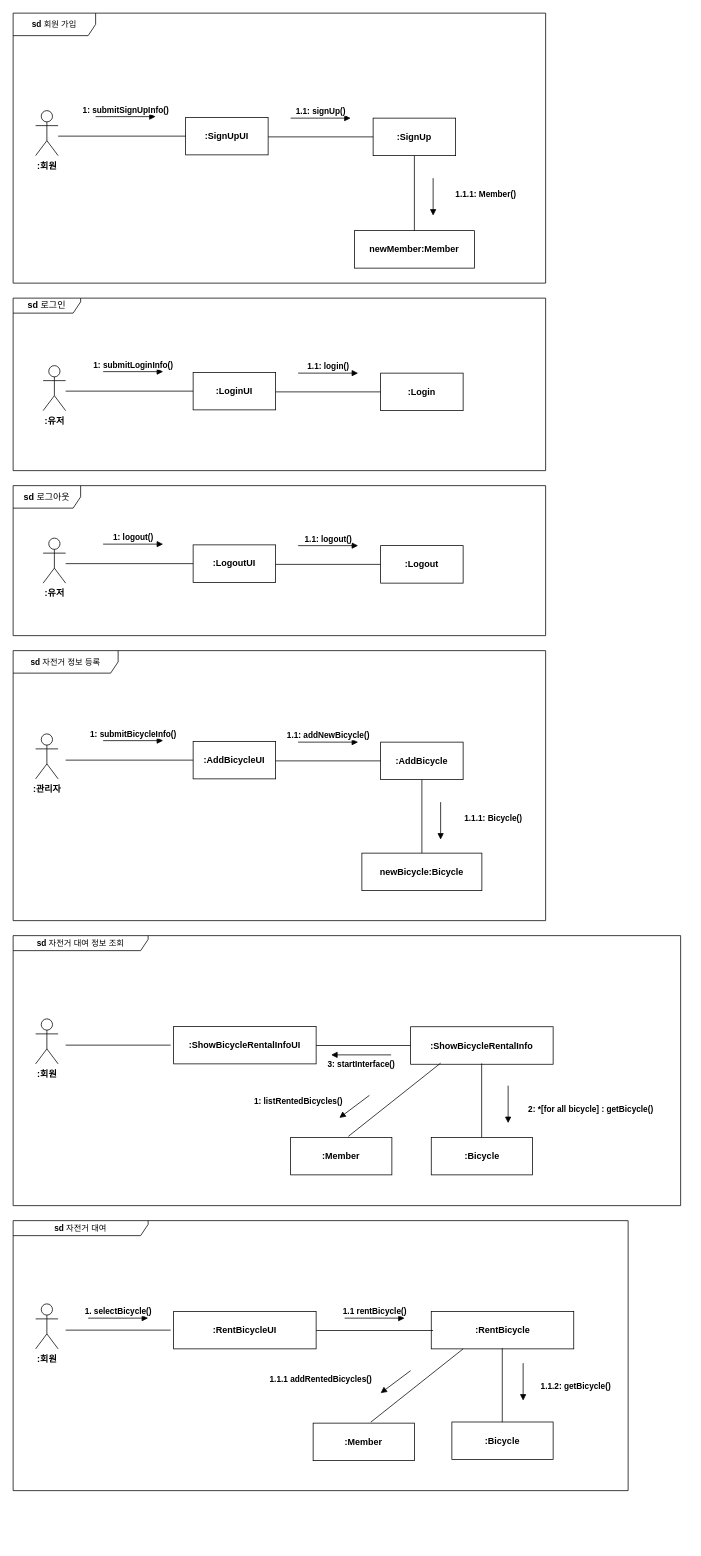
Earlier version of the draw.io diagram HW2-1/communication diagram.drawio (hoyun06/2025-hongik-se-hw-2). Source tidied: cells renumbered, new cells numbered last; positions are measured from the earlier drawing's top-left corner, leaving out a move shared by most shapes. Both pictures are drawn from the tidied source at 75%, with x=0, y=0 at pixel (13, 13).
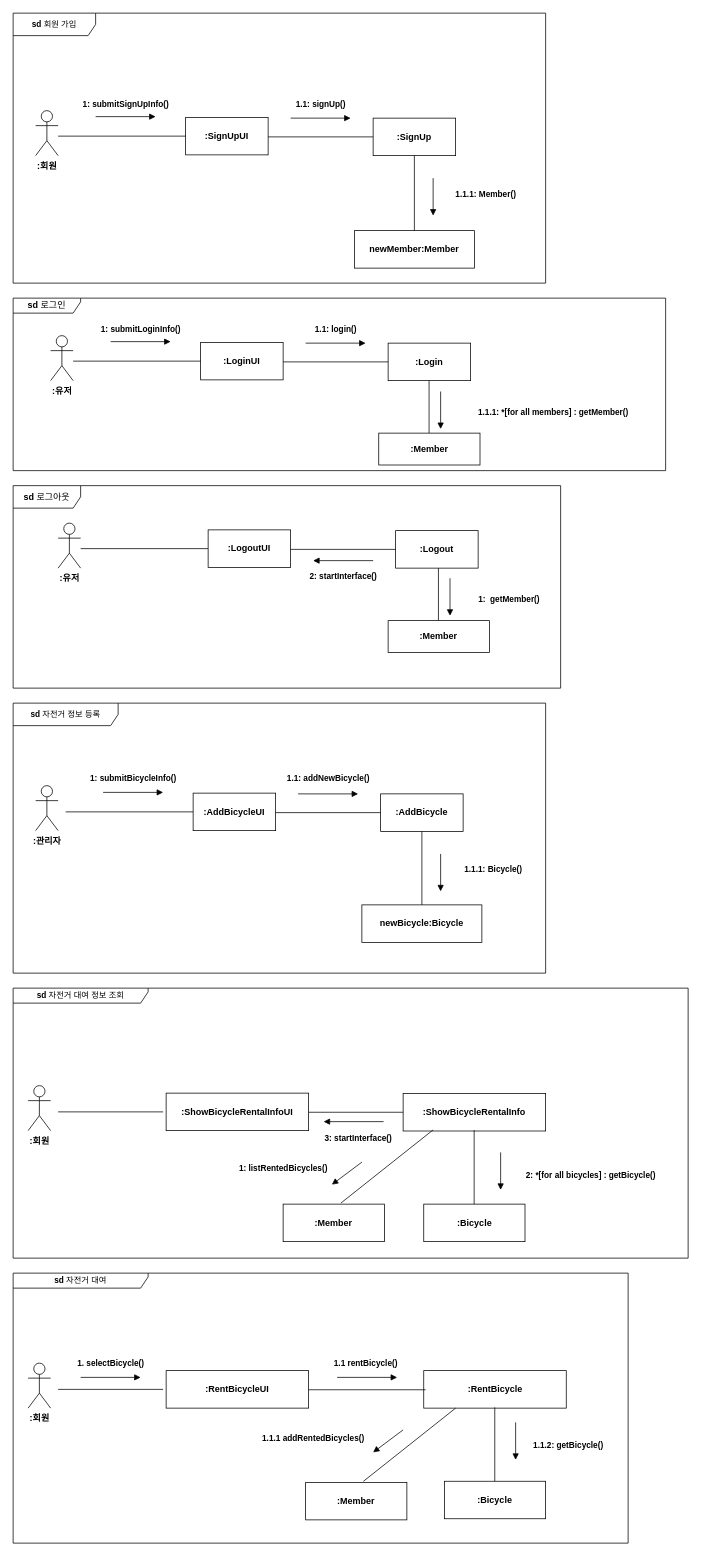
The same diagram, later.

Commit message:
[HW2-1] communication diagram 수정

The edit, as a diff of the source:
```diff
@@
     <mxCell id="8" value="&lt;b&gt;1: submitSignUpInfo()&lt;/b&gt;" style="html=1;verticalAlign=bottom;endArrow=block;curved=0;rounded=0;" parent="1" edge="1">
-      <mxGeometry relative="1" as="geometry">
+      <mxGeometry y="8" relative="1" as="geometry">
         <mxPoint x="110" y="138" as="sourcePoint" />
         <mxPoint x="190" y="138" as="targetPoint" />
       </mxGeometry>
     </mxCell>
     <mxCell id="9" value="&lt;b&gt;1.1: signUp()&lt;/b&gt;" style="html=1;verticalAlign=bottom;endArrow=block;curved=0;rounded=0;" parent="1" edge="1">
-      <mxGeometry relative="1" as="geometry">
+      <mxGeometry y="10" relative="1" as="geometry">
         <mxPoint x="370" y="140" as="sourcePoint" />
         <mxPoint x="450" y="140" as="targetPoint" />
       </mxGeometry>
     </mxCell>
@@
     <mxCell id="13" value="&lt;b&gt;sd&lt;/b&gt; 로그인" style="shape=umlFrame;whiteSpace=wrap;html=1;width=90;height=20;" parent="1" vertex="1">
-      <mxGeometry y="380" width="710" height="230" as="geometry" />
+      <mxGeometry y="380" width="870" height="230" as="geometry" />
     </mxCell>
     <mxCell id="14" value="&lt;b&gt;:Login&lt;/b&gt;" style="html=1;whiteSpace=wrap;" parent="1" vertex="1">
-      <mxGeometry x="490" y="480" width="110" height="50" as="geometry" />
+      <mxGeometry x="500" y="440" width="110" height="50" as="geometry" />
     </mxCell>
     <mxCell id="15" value="&lt;b&gt;:LoginUI&lt;/b&gt;" style="html=1;whiteSpace=wrap;" parent="1" vertex="1">
-      <mxGeometry x="240" y="479" width="110" height="50" as="geometry" />
+      <mxGeometry x="250" y="439" width="110" height="50" as="geometry" />
     </mxCell>
     <mxCell id="16" value="&lt;b&gt;:유저&lt;/b&gt;" style="shape=umlActor;verticalLabelPosition=bottom;verticalAlign=top;html=1;" parent="1" vertex="1">
-      <mxGeometry x="40" y="470" width="30" height="60" as="geometry" />
+      <mxGeometry x="50" y="430" width="30" height="60" as="geometry" />
     </mxCell>
     <mxCell id="17" style="line;strokeWidth=1;fillColor=none;align=left;verticalAlign=middle;spacingTop=-1;spacingLeft=3;spacingRight=3;labelPosition=right;strokeColor=inherit;" parent="1" vertex="1">
-      <mxGeometry x="70" y="500" width="170" height="8" as="geometry" />
+      <mxGeometry x="80" y="460" width="170" height="8" as="geometry" />
     </mxCell>
     <mxCell id="18" style="line;strokeWidth=1;fillColor=none;align=left;verticalAlign=middle;spacingTop=-1;spacingLeft=3;spacingRight=3;labelPosition=right;strokeColor=inherit;" parent="1" vertex="1">
-      <mxGeometry x="350" y="501" width="140" height="8" as="geometry" />
+      <mxGeometry x="360" y="461" width="140" height="8" as="geometry" />
     </mxCell>
     <mxCell id="19" value="&lt;b&gt;1: submitLoginInfo()&lt;/b&gt;" style="html=1;verticalAlign=bottom;endArrow=block;curved=0;rounded=0;" parent="1" edge="1">
-      <mxGeometry relative="1" as="geometry">
-        <mxPoint x="120" y="478" as="sourcePoint" />
-        <mxPoint x="200" y="478" as="targetPoint" />
+      <mxGeometry y="8" relative="1" as="geometry">
+        <mxPoint x="130" y="438" as="sourcePoint" />
+        <mxPoint x="210" y="438" as="targetPoint" />
       </mxGeometry>
     </mxCell>
     <mxCell id="20" value="&lt;b&gt;1.1: login()&lt;/b&gt;" style="html=1;verticalAlign=bottom;endArrow=block;curved=0;rounded=0;" parent="1" edge="1">
-      <mxGeometry relative="1" as="geometry">
-        <mxPoint x="380" y="480" as="sourcePoint" />
-        <mxPoint x="460" y="480" as="targetPoint" />
+      <mxGeometry y="10" relative="1" as="geometry">
+        <mxPoint x="390" y="440" as="sourcePoint" />
+        <mxPoint x="470" y="440" as="targetPoint" />
       </mxGeometry>
     </mxCell>
     <mxCell id="21" value="&lt;b&gt;:Logout&lt;/b&gt;" style="html=1;whiteSpace=wrap;" parent="1" vertex="1">
-      <mxGeometry x="490" y="710" width="110" height="50" as="geometry" />
+      <mxGeometry x="510" y="690" width="110" height="50" as="geometry" />
     </mxCell>
     <mxCell id="22" value="&lt;b&gt;:LogoutUI&lt;/b&gt;" style="html=1;whiteSpace=wrap;" parent="1" vertex="1">
-      <mxGeometry x="240" y="709" width="110" height="50" as="geometry" />
+      <mxGeometry x="260" y="689" width="110" height="50" as="geometry" />
     </mxCell>
     <mxCell id="23" value="&lt;b&gt;:유저&lt;/b&gt;" style="shape=umlActor;verticalLabelPosition=bottom;verticalAlign=top;html=1;" parent="1" vertex="1">
-      <mxGeometry x="40" y="700" width="30" height="60" as="geometry" />
+      <mxGeometry x="60" y="680" width="30" height="60" as="geometry" />
     </mxCell>
     <mxCell id="24" style="line;strokeWidth=1;fillColor=none;align=left;verticalAlign=middle;spacingTop=-1;spacingLeft=3;spacingRight=3;labelPosition=right;strokeColor=inherit;" parent="1" vertex="1">
-      <mxGeometry x="70" y="730" width="170" height="8" as="geometry" />
+      <mxGeometry x="90" y="710" width="170" height="8" as="geometry" />
     </mxCell>
     <mxCell id="25" style="line;strokeWidth=1;fillColor=none;align=left;verticalAlign=middle;spacingTop=-1;spacingLeft=3;spacingRight=3;labelPosition=right;strokeColor=inherit;" parent="1" vertex="1">
-      <mxGeometry x="350" y="731" width="140" height="8" as="geometry" />
+      <mxGeometry x="370" y="711" width="140" height="8" as="geometry" />
     </mxCell>
-    <mxCell id="26" value="&lt;b&gt;1: logout()&lt;/b&gt;" style="html=1;verticalAlign=bottom;endArrow=block;curved=0;rounded=0;" parent="1" edge="1">
-      <mxGeometry relative="1" as="geometry">
-        <mxPoint x="120" y="708" as="sourcePoint" />
-        <mxPoint x="200" y="708" as="targetPoint" />
-      </mxGeometry>
-    </mxCell>
-    <mxCell id="27" value="&lt;b&gt;1.1: logout()&lt;/b&gt;" style="html=1;verticalAlign=bottom;endArrow=block;curved=0;rounded=0;" parent="1" edge="1">
-      <mxGeometry relative="1" as="geometry">
-        <mxPoint x="380" y="710" as="sourcePoint" />
-        <mxPoint x="460" y="710" as="targetPoint" />
-      </mxGeometry>
-    </mxCell>
     <mxCell id="28" value="&lt;b&gt;sd &lt;/b&gt;로그아웃" style="shape=umlFrame;whiteSpace=wrap;html=1;width=90;height=30;" parent="1" vertex="1">
-      <mxGeometry y="630" width="710" height="200" as="geometry" />
+      <mxGeometry y="630" width="730" height="270" as="geometry" />
     </mxCell>
     <mxCell id="29" value="&lt;font style=&quot;font-size: 11px;&quot;&gt;&lt;b&gt;sd &lt;/b&gt;&lt;font style=&quot;&quot;&gt;자전거 정보 등록&lt;/font&gt;&lt;/font&gt;" style="shape=umlFrame;whiteSpace=wrap;html=1;width=140;height=30;" parent="1" vertex="1">
-      <mxGeometry y="850" width="710" height="360" as="geometry" />
+      <mxGeometry y="920" width="710" height="360" as="geometry" />
     </mxCell>
     <mxCell id="30" value="&lt;b&gt;:AddBicycle&lt;/b&gt;" style="html=1;whiteSpace=wrap;" parent="1" vertex="1">
-      <mxGeometry x="490" y="972" width="110" height="50" as="geometry" />
+      <mxGeometry x="490" y="1041" width="110" height="50" as="geometry" />
     </mxCell>
     <mxCell id="31" value="&lt;b&gt;:AddBicycleUI&lt;/b&gt;" style="html=1;whiteSpace=wrap;" parent="1" vertex="1">
-      <mxGeometry x="240" y="971" width="110" height="50" as="geometry" />
+      <mxGeometry x="240" y="1040" width="110" height="50" as="geometry" />
     </mxCell>
     <mxCell id="32" style="line;strokeWidth=1;fillColor=none;align=left;verticalAlign=middle;spacingTop=-1;spacingLeft=3;spacingRight=3;labelPosition=right;strokeColor=inherit;" parent="1" vertex="1">
-      <mxGeometry x="70" y="992" width="170" height="8" as="geometry" />
+      <mxGeometry x="70" y="1061" width="170" height="8" as="geometry" />
     </mxCell>
     <mxCell id="33" style="line;strokeWidth=1;fillColor=none;align=left;verticalAlign=middle;spacingTop=-1;spacingLeft=3;spacingRight=3;labelPosition=right;strokeColor=inherit;" parent="1" vertex="1">
-      <mxGeometry x="350" y="993" width="140" height="8" as="geometry" />
+      <mxGeometry x="350" y="1062" width="140" height="8" as="geometry" />
     </mxCell>
     <mxCell id="34" value="&lt;b&gt;1: submitBicycleInfo()&lt;/b&gt;" style="html=1;verticalAlign=bottom;endArrow=block;curved=0;rounded=0;" parent="1" edge="1">
-      <mxGeometry relative="1" as="geometry">
-        <mxPoint x="120" y="970" as="sourcePoint" />
-        <mxPoint x="200" y="970" as="targetPoint" />
+      <mxGeometry y="10" relative="1" as="geometry">
+        <mxPoint x="120" y="1039" as="sourcePoint" />
+        <mxPoint x="200" y="1039" as="targetPoint" />
       </mxGeometry>
     </mxCell>
     <mxCell id="35" value="&lt;b&gt;1.1: addNewBicycle()&lt;/b&gt;" style="html=1;verticalAlign=bottom;endArrow=block;curved=0;rounded=0;" parent="1" edge="1">
-      <mxGeometry relative="1" as="geometry">
-        <mxPoint x="380" y="972" as="sourcePoint" />
-        <mxPoint x="460" y="972" as="targetPoint" />
+      <mxGeometry y="12" relative="1" as="geometry">
+        <mxPoint x="380" y="1041" as="sourcePoint" />
+        <mxPoint x="460" y="1041" as="targetPoint" />
       </mxGeometry>
     </mxCell>
     <mxCell id="36" style="endArrow=none;html=1;rounded=0;exitX=0.5;exitY=0;exitDx=0;exitDy=0;" parent="1" edge="1">
       <mxGeometry relative="1" as="geometry">
-        <mxPoint x="545" y="1122" as="sourcePoint" />
-        <mxPoint x="545" y="1022" as="targetPoint" />
+        <mxPoint x="545" y="1191" as="sourcePoint" />
+        <mxPoint x="545" y="1091" as="targetPoint" />
       </mxGeometry>
     </mxCell>
     <mxCell id="37" value="&lt;b&gt;1.1.1: Bicycle()&lt;/b&gt;" style="html=1;verticalAlign=bottom;endArrow=block;curved=0;rounded=0;" parent="1" edge="1">
       <mxGeometry x="0.2" y="70" relative="1" as="geometry">
-        <mxPoint x="570" y="1052" as="sourcePoint" />
-        <mxPoint x="570" y="1102" as="targetPoint" />
+        <mxPoint x="570" y="1121" as="sourcePoint" />
+        <mxPoint x="570" y="1171" as="targetPoint" />
       </mxGeometry>
     </mxCell>
     <mxCell id="38" value="&lt;b&gt;:관리자&lt;/b&gt;" style="shape=umlActor;verticalLabelPosition=bottom;verticalAlign=top;html=1;" parent="1" vertex="1">
-      <mxGeometry x="30" y="961" width="30" height="60" as="geometry" />
+      <mxGeometry x="30" y="1030" width="30" height="60" as="geometry" />
     </mxCell>
     <mxCell id="39" value="&lt;b&gt;newBicycle:Bicycle&lt;/b&gt;" style="html=1;whiteSpace=wrap;" parent="1" vertex="1">
-      <mxGeometry x="465" y="1120" width="160" height="50" as="geometry" />
+      <mxGeometry x="465" y="1189" width="160" height="50" as="geometry" />
     </mxCell>
     <mxCell id="40" value="&lt;font style=&quot;font-size: 11px;&quot;&gt;&lt;b&gt;sd &lt;/b&gt;&lt;font style=&quot;&quot;&gt;자전거 대여 정보 조회&lt;/font&gt;&lt;/font&gt;" style="shape=umlFrame;whiteSpace=wrap;html=1;width=180;height=20;" parent="1" vertex="1">
-      <mxGeometry y="1230" width="890" height="360" as="geometry" />
+      <mxGeometry y="1300" width="900" height="360" as="geometry" />
     </mxCell>
     <mxCell id="41" value="&lt;b&gt;:ShowBicycleRentalInfo&lt;/b&gt;" style="html=1;whiteSpace=wrap;" parent="1" vertex="1">
-      <mxGeometry x="530" y="1351.5" width="190" height="50" as="geometry" />
+      <mxGeometry x="520" y="1440.5" width="190" height="50" as="geometry" />
     </mxCell>
     <mxCell id="42" value="&lt;b&gt;:ShowBicycleRentalInfoUI&lt;/b&gt;" style="html=1;whiteSpace=wrap;" parent="1" vertex="1">
-      <mxGeometry x="214" y="1351" width="190" height="50" as="geometry" />
+      <mxGeometry x="204" y="1440" width="190" height="50" as="geometry" />
     </mxCell>
     <mxCell id="43" style="line;strokeWidth=1;fillColor=none;align=left;verticalAlign=middle;spacingTop=-1;spacingLeft=3;spacingRight=3;labelPosition=right;strokeColor=inherit;" parent="1" vertex="1">
-      <mxGeometry x="70" y="1372" width="140" height="8" as="geometry" />
+      <mxGeometry x="60" y="1461" width="140" height="8" as="geometry" />
     </mxCell>
     <mxCell id="44" style="line;strokeWidth=1;fillColor=none;align=left;verticalAlign=middle;spacingTop=-1;spacingLeft=3;spacingRight=3;labelPosition=right;strokeColor=inherit;" parent="1" vertex="1">
-      <mxGeometry x="404" y="1372.5" width="126" height="8" as="geometry" />
+      <mxGeometry x="394" y="1461.5" width="126" height="8" as="geometry" />
     </mxCell>
     <mxCell id="45" value="&lt;b&gt;3: startInterface()&lt;/b&gt;" style="html=1;verticalAlign=bottom;endArrow=block;curved=0;rounded=0;" parent="1" edge="1">
-      <mxGeometry y="22" relative="1" as="geometry">
-        <mxPoint x="504" y="1389" as="sourcePoint" />
-        <mxPoint x="424" y="1389" as="targetPoint" />
+      <mxGeometry x="-0.15" y="31" relative="1" as="geometry">
+        <mxPoint x="494" y="1478" as="sourcePoint" />
+        <mxPoint x="414" y="1478" as="targetPoint" />
       </mxGeometry>
     </mxCell>
     <mxCell id="46" style="endArrow=none;html=1;rounded=0;exitX=0.5;exitY=0;exitDx=0;exitDy=0;" parent="1" edge="1">
       <mxGeometry relative="1" as="geometry">
-        <mxPoint x="624.7" y="1500.5" as="sourcePoint" />
-        <mxPoint x="624.7" y="1400.5" as="targetPoint" />
+        <mxPoint x="614.7" y="1589.5" as="sourcePoint" />
+        <mxPoint x="614.7" y="1489.5" as="targetPoint" />
       </mxGeometry>
     </mxCell>
-    <mxCell id="47" value="&lt;b&gt;2: *[for all bicycle] : getBicycle()&lt;/b&gt;" style="html=1;verticalAlign=bottom;endArrow=block;curved=0;rounded=0;" parent="1" edge="1">
-      <mxGeometry x="0.6" y="110" relative="1" as="geometry">
-        <mxPoint x="660" y="1430" as="sourcePoint" />
-        <mxPoint x="660" y="1480" as="targetPoint" />
+    <mxCell id="47" value="&lt;b&gt;2: *[for all bicycles] : getBicycle()&lt;/b&gt;" style="html=1;verticalAlign=bottom;endArrow=block;curved=0;rounded=0;" parent="1" edge="1">
+      <mxGeometry x="0.6" y="120" relative="1" as="geometry">
+        <mxPoint x="650" y="1519" as="sourcePoint" />
+        <mxPoint x="650" y="1569" as="targetPoint" />
       </mxGeometry>
     </mxCell>
     <mxCell id="48" value="&lt;b&gt;:회원&lt;/b&gt;" style="shape=umlActor;verticalLabelPosition=bottom;verticalAlign=top;html=1;" parent="1" vertex="1">
-      <mxGeometry x="30" y="1341" width="30" height="60" as="geometry" />
+      <mxGeometry x="20" y="1430" width="30" height="60" as="geometry" />
     </mxCell>
     <mxCell id="49" value="&lt;b&gt;:Bicycle&lt;/b&gt;" style="html=1;whiteSpace=wrap;" parent="1" vertex="1">
-      <mxGeometry x="557.5" y="1499" width="135" height="50" as="geometry" />
+      <mxGeometry x="547.5" y="1588" width="135" height="50" as="geometry" />
     </mxCell>
     <mxCell id="50" value="&lt;font style=&quot;font-size: 11px;&quot;&gt;&lt;b&gt;sd &lt;/b&gt;&lt;font style=&quot;&quot;&gt;자전거 대여&lt;/font&gt;&lt;/font&gt;" style="shape=umlFrame;whiteSpace=wrap;html=1;width=180;height=20;" parent="1" vertex="1">
-      <mxGeometry y="1610" width="820" height="360" as="geometry" />
+      <mxGeometry y="1680" width="820" height="360" as="geometry" />
     </mxCell>
     <mxCell id="51" value="&lt;b&gt;:RentBicycle&lt;/b&gt;" style="html=1;whiteSpace=wrap;" parent="1" vertex="1">
-      <mxGeometry x="557.5" y="1731" width="190" height="50" as="geometry" />
+      <mxGeometry x="547.5" y="1810" width="190" height="50" as="geometry" />
     </mxCell>
     <mxCell id="52" value="&lt;b&gt;:RentBicycleUI&lt;/b&gt;" style="html=1;whiteSpace=wrap;" parent="1" vertex="1">
-      <mxGeometry x="214" y="1731" width="190" height="50" as="geometry" />
+      <mxGeometry x="204" y="1810" width="190" height="50" as="geometry" />
     </mxCell>
     <mxCell id="53" style="line;strokeWidth=1;fillColor=none;align=left;verticalAlign=middle;spacingTop=-1;spacingLeft=3;spacingRight=3;labelPosition=right;strokeColor=inherit;" parent="1" vertex="1">
-      <mxGeometry x="70" y="1752" width="140" height="8" as="geometry" />
+      <mxGeometry x="60" y="1831" width="140" height="8" as="geometry" />
     </mxCell>
     <mxCell id="54" style="line;strokeWidth=1;fillColor=none;align=left;verticalAlign=middle;spacingTop=-1;spacingLeft=3;spacingRight=3;labelPosition=right;strokeColor=inherit;" parent="1" vertex="1">
-      <mxGeometry x="404" y="1752.5" width="156" height="8" as="geometry" />
+      <mxGeometry x="394" y="1831.5" width="156" height="8" as="geometry" />
     </mxCell>
     <mxCell id="55" style="endArrow=none;html=1;rounded=0;exitX=0.5;exitY=0;exitDx=0;exitDy=0;" parent="1" edge="1">
       <mxGeometry relative="1" as="geometry">
-        <mxPoint x="652.2" y="1880" as="sourcePoint" />
-        <mxPoint x="652.2" y="1780" as="targetPoint" />
+        <mxPoint x="642.2" y="1959" as="sourcePoint" />
+        <mxPoint x="642.2" y="1859" as="targetPoint" />
       </mxGeometry>
     </mxCell>
     <mxCell id="56" value="&lt;b&gt;:회원&lt;/b&gt;" style="shape=umlActor;verticalLabelPosition=bottom;verticalAlign=top;html=1;" parent="1" vertex="1">
-      <mxGeometry x="30" y="1721" width="30" height="60" as="geometry" />
+      <mxGeometry x="20" y="1800" width="30" height="60" as="geometry" />
     </mxCell>
     <mxCell id="57" value="&lt;b&gt;:Bicycle&lt;/b&gt;" style="html=1;whiteSpace=wrap;" parent="1" vertex="1">
-      <mxGeometry x="585" y="1878.5" width="135" height="50" as="geometry" />
+      <mxGeometry x="575" y="1957.5" width="135" height="50" as="geometry" />
     </mxCell>
     <mxCell id="58" value="&lt;b&gt;1. selectBicycle()&lt;/b&gt;" style="html=1;verticalAlign=bottom;endArrow=block;curved=0;rounded=0;" parent="1" edge="1">
-      <mxGeometry relative="1" as="geometry">
-        <mxPoint x="100" y="1740" as="sourcePoint" />
-        <mxPoint x="180" y="1740" as="targetPoint" />
+      <mxGeometry y="10" relative="1" as="geometry">
+        <mxPoint x="90" y="1819" as="sourcePoint" />
+        <mxPoint x="170" y="1819" as="targetPoint" />
       </mxGeometry>
     </mxCell>
     <mxCell id="59" value="&lt;b&gt;1.1 rentBicycle()&lt;/b&gt;" style="html=1;verticalAlign=bottom;endArrow=block;curved=0;rounded=0;" parent="1" edge="1">
-      <mxGeometry relative="1" as="geometry">
-        <mxPoint x="442" y="1740" as="sourcePoint" />
-        <mxPoint x="522" y="1740" as="targetPoint" />
+      <mxGeometry x="-0.05" y="10" relative="1" as="geometry">
+        <mxPoint x="432" y="1819" as="sourcePoint" />
+        <mxPoint x="512" y="1819" as="targetPoint" />
       </mxGeometry>
     </mxCell>
     <mxCell id="60" value="&lt;b&gt;1.1.2: getBicycle()&lt;/b&gt;" style="html=1;verticalAlign=bottom;endArrow=block;curved=0;rounded=0;" parent="1" edge="1">
       <mxGeometry x="0.6" y="70" relative="1" as="geometry">
-        <mxPoint x="680" y="1800" as="sourcePoint" />
-        <mxPoint x="680" y="1850" as="targetPoint" />
+        <mxPoint x="670" y="1879" as="sourcePoint" />
+        <mxPoint x="670" y="1929" as="targetPoint" />
       </mxGeometry>
     </mxCell>
     <mxCell id="61" value="&lt;b&gt;:Member&lt;/b&gt;" style="html=1;whiteSpace=wrap;" parent="1" vertex="1">
-      <mxGeometry x="370" y="1499" width="135" height="50" as="geometry" />
+      <mxGeometry x="360" y="1588" width="135" height="50" as="geometry" />
     </mxCell>
     <mxCell id="62" style="endArrow=none;html=1;rounded=0;exitX=0.57;exitY=-0.027;exitDx=0;exitDy=0;exitPerimeter=0;" parent="1" edge="1" source="61">
       <mxGeometry relative="1" as="geometry">
-        <mxPoint x="570" y="1400" as="targetPoint" />
+        <mxPoint x="560" y="1489" as="targetPoint" />
       </mxGeometry>
     </mxCell>
     <mxCell id="63" value="&lt;b&gt;1: listRentedBicycles()&lt;/b&gt;" style="html=1;verticalAlign=bottom;endArrow=block;curved=0;rounded=0;" parent="1" edge="1">
-      <mxGeometry x="1" y="-57" relative="1" as="geometry">
-        <mxPoint x="475" y="1443" as="sourcePoint" />
-        <mxPoint x="435" y="1473" as="targetPoint" />
-        <mxPoint x="-21" y="33" as="offset" />
+      <mxGeometry x="1" y="-66" relative="1" as="geometry">
+        <mxPoint x="465" y="1532" as="sourcePoint" />
+        <mxPoint x="425" y="1562" as="targetPoint" />
+        <mxPoint x="-25" y="40" as="offset" />
       </mxGeometry>
     </mxCell>
     <mxCell id="64" value="&lt;b&gt;:Member&lt;/b&gt;" style="html=1;whiteSpace=wrap;" parent="1" vertex="1">
-      <mxGeometry x="400" y="1880" width="135" height="50" as="geometry" />
+      <mxGeometry x="390" y="1959" width="135" height="50" as="geometry" />
     </mxCell>
     <mxCell id="65" style="endArrow=none;html=1;rounded=0;exitX=0.57;exitY=-0.027;exitDx=0;exitDy=0;exitPerimeter=0;" parent="1" edge="1" source="64">
       <mxGeometry relative="1" as="geometry">
-        <mxPoint x="600" y="1781" as="targetPoint" />
+        <mxPoint x="590" y="1860" as="targetPoint" />
       </mxGeometry>
     </mxCell>
     <mxCell id="66" value="&lt;b&gt;1.1.1 addRentedBicycles()&lt;/b&gt;" style="html=1;verticalAlign=bottom;endArrow=block;curved=0;rounded=0;" parent="1" edge="1">
       <mxGeometry x="1" y="-81" relative="1" as="geometry">
-        <mxPoint x="530" y="1810" as="sourcePoint" />
-        <mxPoint x="490" y="1840" as="targetPoint" />
+        <mxPoint x="520" y="1889" as="sourcePoint" />
+        <mxPoint x="480" y="1919" as="targetPoint" />
         <mxPoint x="-31" y="55" as="offset" />
       </mxGeometry>
     </mxCell>
+    <mxCell id="67" value="&lt;b&gt;2: startInterface()&lt;/b&gt;" style="html=1;verticalAlign=bottom;endArrow=block;curved=0;rounded=0;" parent="1" edge="1">
+      <mxGeometry y="30" relative="1" as="geometry">
+        <mxPoint x="480" y="730" as="sourcePoint" />
+        <mxPoint x="400" y="730" as="targetPoint" />
+      </mxGeometry>
+    </mxCell>
+    <mxCell id="68" style="endArrow=none;html=1;rounded=0;" parent="1" edge="1">
+      <mxGeometry relative="1" as="geometry">
+        <mxPoint x="554.6" y="560" as="sourcePoint" />
+        <mxPoint x="554.6" y="490" as="targetPoint" />
+      </mxGeometry>
+    </mxCell>
+    <mxCell id="69" value="&lt;b&gt;1.1.1: *[for all members] : getMember()&lt;/b&gt;" style="html=1;verticalAlign=bottom;endArrow=block;curved=0;rounded=0;" parent="1" edge="1">
+      <mxGeometry x="0.42" y="150" relative="1" as="geometry">
+        <mxPoint x="570" y="504.5" as="sourcePoint" />
+        <mxPoint x="570" y="554.5" as="targetPoint" />
+      </mxGeometry>
+    </mxCell>
+    <mxCell id="70" value="&lt;b&gt;:Member&lt;/b&gt;" style="html=1;whiteSpace=wrap;" parent="1" vertex="1">
+      <mxGeometry x="487.5" y="560" width="135" height="42.5" as="geometry" />
+    </mxCell>
+    <mxCell id="71" style="endArrow=none;html=1;rounded=0;" parent="1" edge="1">
+      <mxGeometry relative="1" as="geometry">
+        <mxPoint x="567.1" y="810" as="sourcePoint" />
+        <mxPoint x="567.1" y="740" as="targetPoint" />
+      </mxGeometry>
+    </mxCell>
+    <mxCell id="72" value="&lt;b&gt;1:&amp;nbsp; getMember()&lt;/b&gt;" style="html=1;verticalAlign=bottom;endArrow=block;curved=0;rounded=0;" parent="1" edge="1">
+      <mxGeometry x="0.42" y="78" relative="1" as="geometry">
+        <mxPoint x="582.5" y="753.5" as="sourcePoint" />
+        <mxPoint x="582.5" y="803.5" as="targetPoint" />
+      </mxGeometry>
+    </mxCell>
+    <mxCell id="73" value="&lt;b&gt;:Member&lt;/b&gt;" style="html=1;whiteSpace=wrap;" parent="1" vertex="1">
+      <mxGeometry x="500" y="810" width="135" height="42.5" as="geometry" />
+    </mxCell>
```
